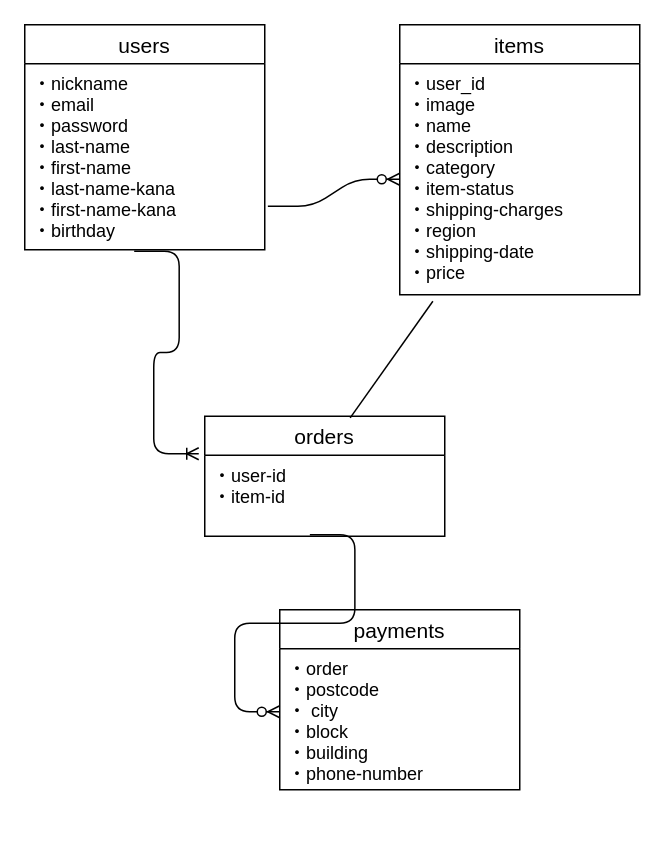
pontsuyo4423/furima-40296 keeps this draw.io diagram as ER.dio. Above is the earlier version. Source tidied: cells renumbered, new cells numbered last; positions are measured from the earlier drawing's top-left corner, leaving out a move shared by most shapes. Both pictures are drawn from the tidied source at 150%, with x=0, y=0 at pixel (24, 24).
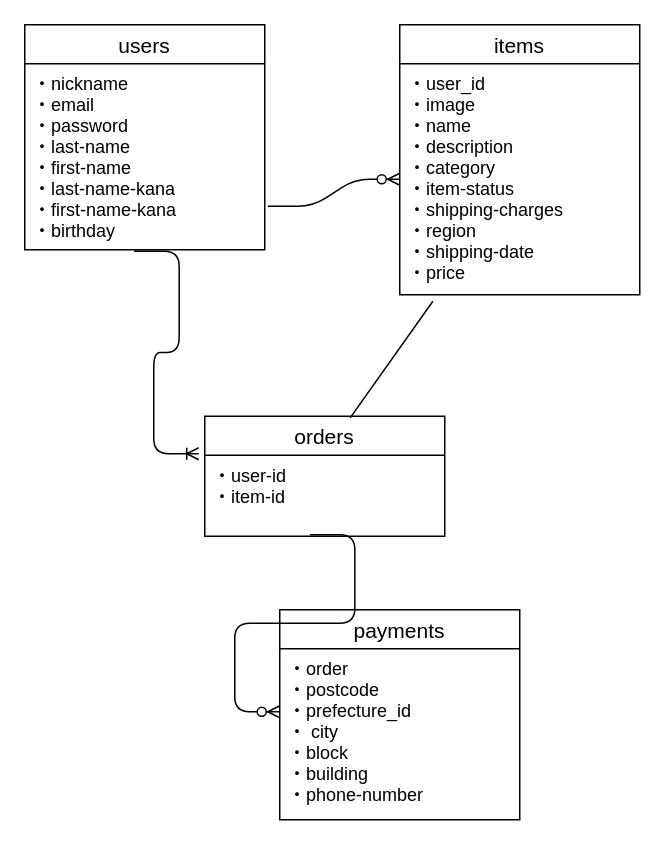
After the change.

What changed in the source:
```diff
@@
 <mxGraphModel>
   <root>
     <mxCell id="0" />
     <mxCell id="1" parent="0" />
     <mxCell id="2" value="users" style="swimlane;fontStyle=0;horizontal=1;startSize=26;align=center;fontSize=14;" parent="1" vertex="1">
       <mxGeometry width="160" height="150" as="geometry" />
     </mxCell>
     <mxCell id="3" value="・nickname&#10;・email&#10;・password&#10;・last-name&#10;・first-name&#10;・last-name-kana&#10;・first-name-kana&#10;・birthday" style="text;strokeColor=none;fillColor=none;spacingLeft=4;spacingRight=4;overflow=hidden;points=[[0,0.5],[1,0.5]];portConstraint=eastwest;fontSize=12;" parent="2" vertex="1">
       <mxGeometry y="26" width="160" height="124" as="geometry" />
     </mxCell>
     <mxCell id="4" value="items" style="swimlane;fontStyle=0;horizontal=1;startSize=26;align=center;fontSize=14;" parent="1" vertex="1">
       <mxGeometry x="250" width="160" height="180" as="geometry" />
     </mxCell>
     <mxCell id="5" value="・user_id&#10;・image&#10;・name&#10;・description&#10;・category&#10;・item-status&#10;・shipping-charges&#10;・region&#10;・shipping-date&#10;・price" style="text;strokeColor=none;fillColor=none;spacingLeft=4;spacingRight=4;overflow=hidden;points=[[0,0.5],[1,0.5]];portConstraint=eastwest;fontSize=12;" parent="4" vertex="1">
       <mxGeometry y="26" width="160" height="154" as="geometry" />
     </mxCell>
     <mxCell id="6" style="edgeStyle=entityRelationEdgeStyle;fontSize=12;html=1;endArrow=ERzeroToMany;endFill=1;exitX=1.013;exitY=0.766;exitDx=0;exitDy=0;exitPerimeter=0;entryX=0;entryY=0.5;entryDx=0;entryDy=0;" parent="1" edge="1" source="3" target="5">
       <mxGeometry relative="1" as="geometry" />
     </mxCell>
     <mxCell id="7" value="orders" style="swimlane;fontStyle=0;horizontal=1;startSize=26;align=center;fontSize=14;" parent="1" vertex="1">
       <mxGeometry x="120" y="261" width="160" height="80" as="geometry" />
     </mxCell>
     <mxCell id="8" value="・user-id&#10;・item-id" style="text;strokeColor=none;fillColor=none;spacingLeft=4;spacingRight=4;overflow=hidden;points=[[0,0.5],[1,0.5]];portConstraint=eastwest;fontSize=12;" parent="7" vertex="1">
       <mxGeometry y="26" width="160" height="54" as="geometry" />
     </mxCell>
     <mxCell id="9" style="edgeStyle=entityRelationEdgeStyle;fontSize=12;html=1;endArrow=ERoneToMany;exitX=0.456;exitY=1.008;exitDx=0;exitDy=0;exitPerimeter=0;entryX=-0.025;entryY=-0.019;entryDx=0;entryDy=0;entryPerimeter=0;" parent="1" edge="1" source="3" target="8">
       <mxGeometry relative="1" as="geometry" />
     </mxCell>
     <mxCell id="10" style="endArrow=none;html=1;rounded=0;entryX=0.138;entryY=1.028;entryDx=0;entryDy=0;entryPerimeter=0;exitX=0.606;exitY=0.013;exitDx=0;exitDy=0;exitPerimeter=0;" parent="1" edge="1" source="7" target="5">
       <mxGeometry relative="1" as="geometry" />
     </mxCell>
     <mxCell id="11" value="payments" style="swimlane;fontStyle=0;horizontal=1;startSize=26;align=center;fontSize=14;" parent="1" vertex="1">
-      <mxGeometry x="170" y="390" width="160" height="120" as="geometry" />
+      <mxGeometry x="170" y="390" width="160" height="140" as="geometry" />
     </mxCell>
-    <mxCell id="12" value="・order&#10;・postcode&#10;・ city&#10;・block&#10;・building&#10;・phone-number" style="text;strokeColor=none;fillColor=none;spacingLeft=4;spacingRight=4;overflow=hidden;fontSize=12;" parent="11" vertex="1">
-      <mxGeometry y="26" width="160" height="94" as="geometry" />
+    <mxCell id="12" value="・order&#10;・postcode&#10;・prefecture_id&#10;・ city&#10;・block&#10;・building&#10;・phone-number" style="text;strokeColor=none;fillColor=none;spacingLeft=4;spacingRight=4;overflow=hidden;fontSize=12;" parent="11" vertex="1">
+      <mxGeometry y="26" width="160" height="114" as="geometry" />
     </mxCell>
     <mxCell id="13" style="edgeStyle=entityRelationEdgeStyle;fontSize=12;html=1;endArrow=ERzeroToMany;endFill=1;exitX=0.438;exitY=0.981;exitDx=0;exitDy=0;exitPerimeter=0;" parent="1" edge="1" source="8">
       <mxGeometry relative="1" as="geometry">
         <mxPoint x="170" y="458" as="targetPoint" />
       </mxGeometry>
     </mxCell>
   </root>
 </mxGraphModel>
```
